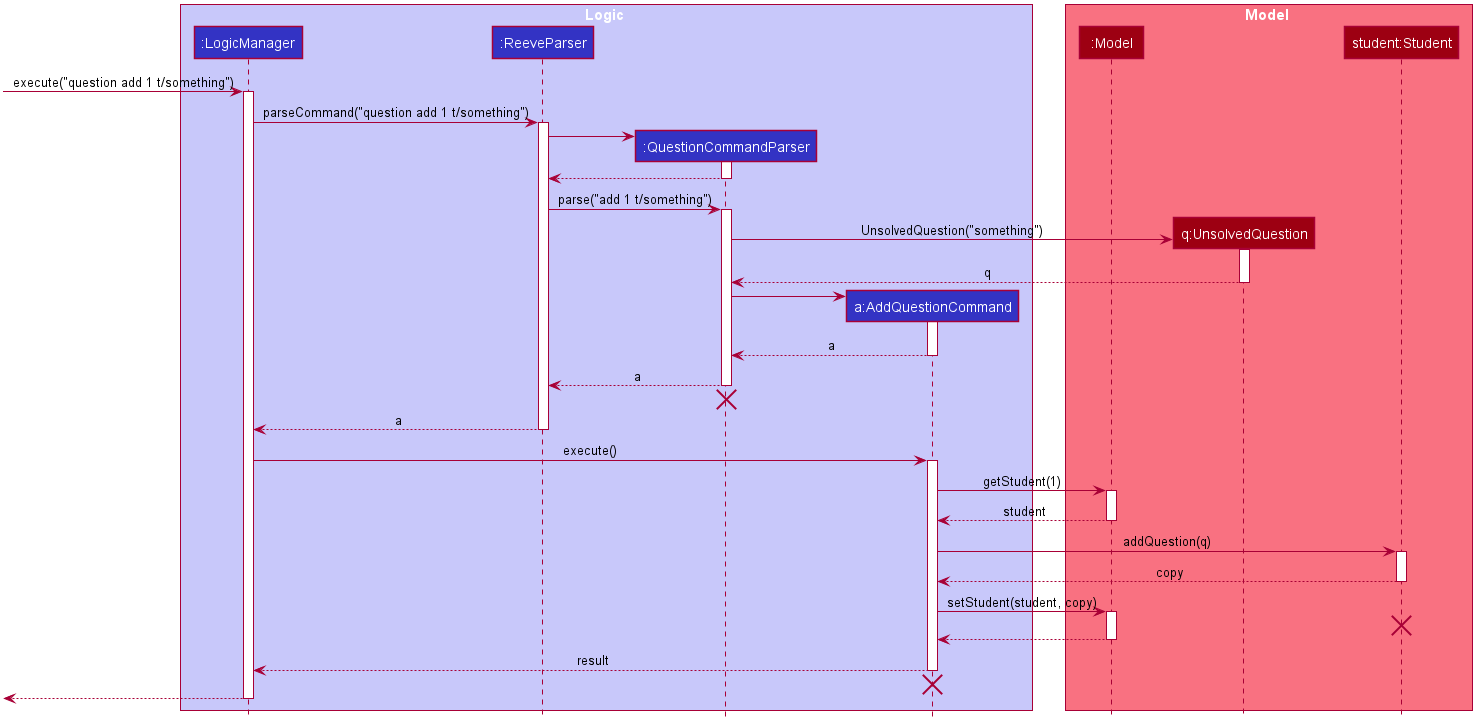
Above: docs/images/AddQuestionSequenceDiagram.png in nus-cs2103-AY2021S1/tp (PlantUML), before the change.
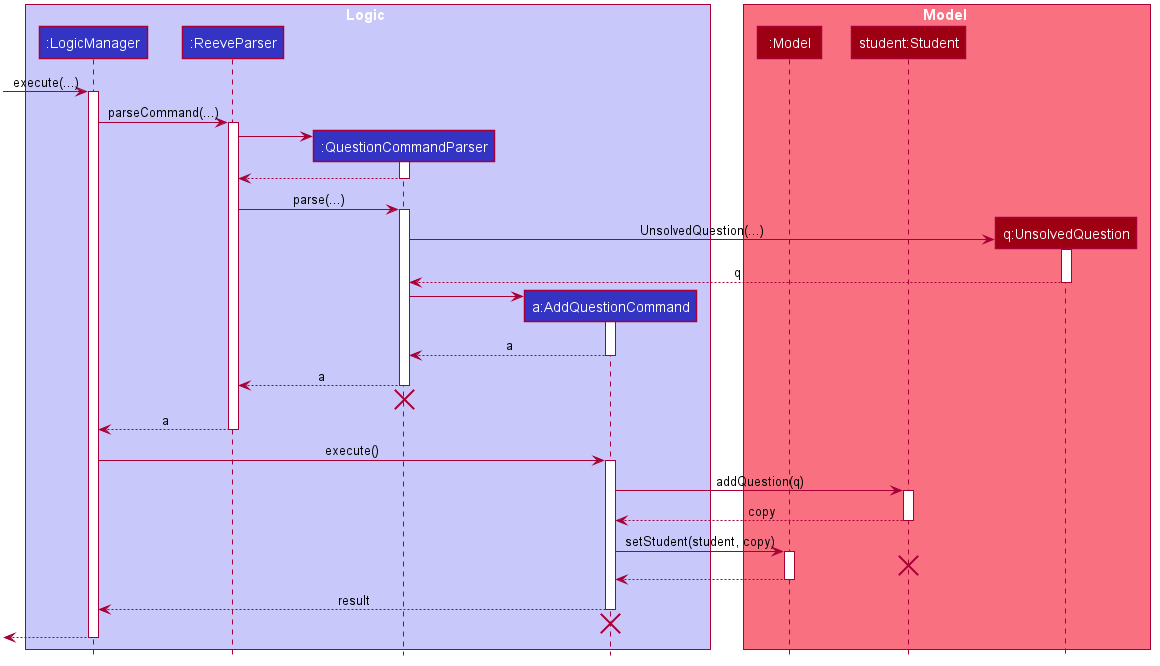
After the commit.

Commit message:
Improve sequence diagrams, PPP

What changed in the source:
```diff
@@ -57,14 +57,14 @@
 
 box Model #F97181
 participant ":Model" as Model #9D0012
+participant "student:Student" as Student #9D0012
 participant "q:UnsolvedQuestion" as Question #9D0012
-participant "student:Student" as Student #9D0012
 end box
 
-[-> LogicManager : execute("question add 1 t/something")
+[-> LogicManager : execute(...)
 activate LogicManager
 
-LogicManager -> ReeveParser : parseCommand("question add 1 t/something")
+LogicManager -> ReeveParser : parseCommand(...)
 activate ReeveParser
 
 create QuestionCommandParser
@@ -74,11 +74,11 @@
 QuestionCommandParser --> ReeveParser
 deactivate QuestionCommandParser
 
-ReeveParser -> QuestionCommandParser : parse("add 1 t/something")
+ReeveParser -> QuestionCommandParser : parse(...)
 activate QuestionCommandParser
 
 create Question
-QuestionCommandParser -> Question : UnsolvedQuestion("something")
+QuestionCommandParser -> Question : UnsolvedQuestion(...)
 activate Question
 
 Question --> QuestionCommandParser : q
@@ -102,12 +102,6 @@
 
 LogicManager -> AddQuestionCommand : execute()
 activate AddQuestionCommand
-
-AddQuestionCommand -> Model : getStudent(1)
-activate Model
-
-Model --> AddQuestionCommand : student
-deactivate Model
 
 AddQuestionCommand -> Student : addQuestion(q)
 activate Student
```
